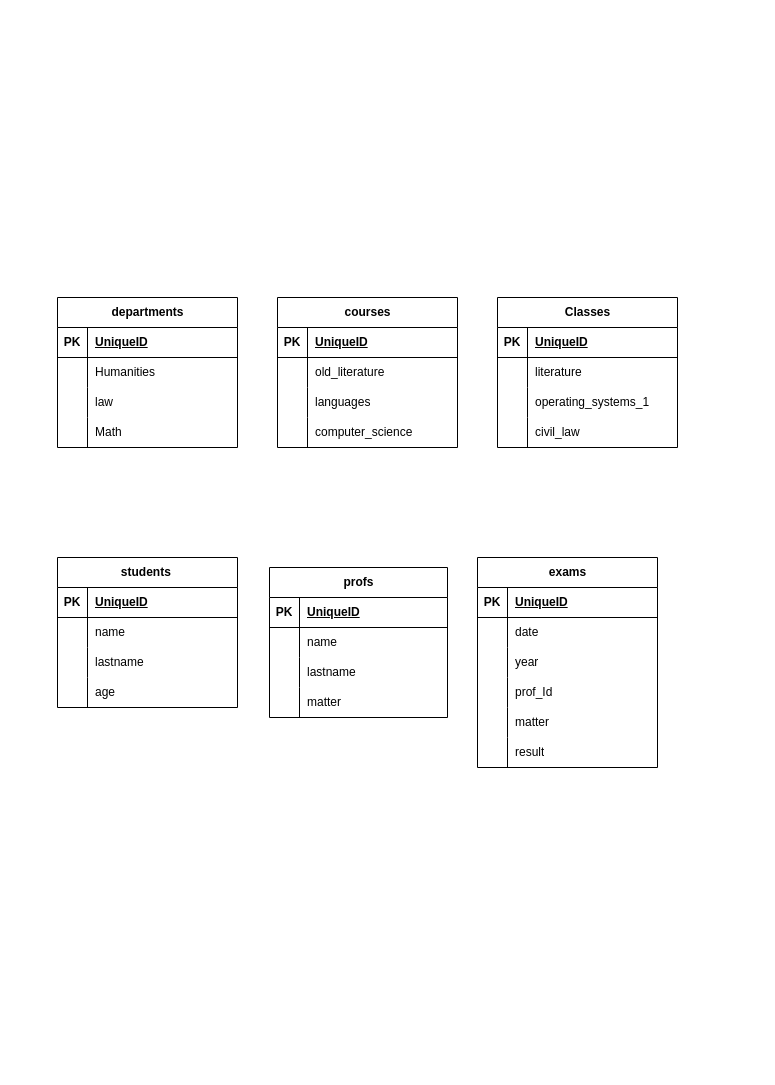
This is drawio/.drawio from marzia-blasi/db-university, a draw.io file, before an edit. Source tidied: cells renumbered, new cells numbered last; positions are measured from the earlier drawing's top-left corner, leaving out a move shared by most shapes. Both pictures are drawn from the tidied source at 100%, with x=0, y=0 at pixel (57, 297).
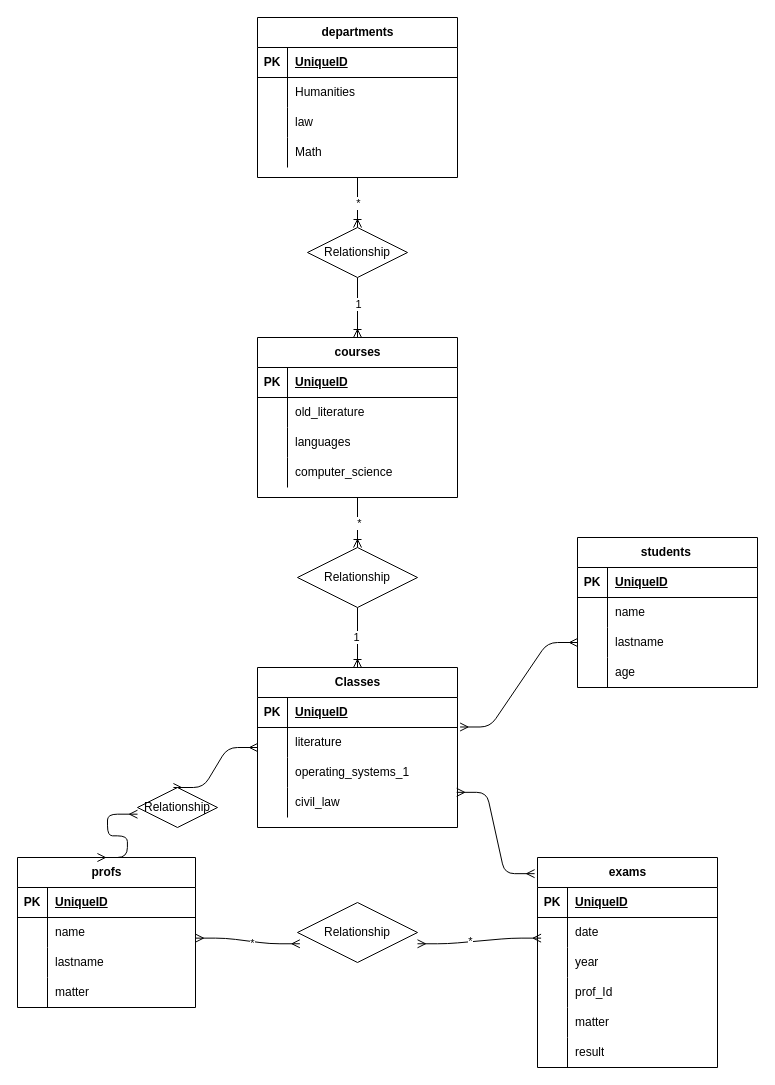
The same page after the edit.

Commit message:
Refactor diagram layout and enhance entity relationships in database schema

Unchanged cells that the change refers to:
```xml
<mxCell id="48" style="shape=tableRow;horizontal=0;startSize=0;swimlaneHead=0;swimlaneBody=0;fillColor=none;points=[[0,0.5],[1,0.5]];portConstraint=eastwest;top=0;left=0;right=0;bottom=0;" parent="41" vertex="1">
  <mxGeometry y="90" width="180" height="30" as="geometry" />
</mxCell>
<mxCell id="58" style="shape=tableRow;horizontal=0;startSize=0;swimlaneHead=0;swimlaneBody=0;fillColor=none;points=[[0,0.5],[1,0.5]];portConstraint=eastwest;top=0;left=0;right=0;bottom=0;" parent="54" vertex="1">
  <mxGeometry y="60" width="178" height="30" as="geometry" />
</mxCell>
<mxCell id="71" style="shape=tableRow;horizontal=0;startSize=0;swimlaneHead=0;swimlaneBody=0;fillColor=none;points=[[0,0.5],[1,0.5]];portConstraint=eastwest;top=0;left=0;right=0;bottom=0;" parent="67" vertex="1">
  <mxGeometry y="60" width="180" height="30" as="geometry" />
</mxCell>
```

What changed in the source:
```diff
@@
     <mxCell id="2" value="departments" style="shape=table;startSize=30;childLayout=tableLayout;rowLines=0;fontStyle=1;align=center;html=1;" parent="1" vertex="1">
-      <mxGeometry width="180" height="150" as="geometry" />
+      <mxGeometry x="200" y="-280" width="200" height="160" as="geometry" />
     </mxCell>
     <mxCell id="3" style="shape=tableRow;horizontal=0;startSize=0;swimlaneHead=0;swimlaneBody=0;fillColor=none;top=0;left=0;right=0;bottom=1;" parent="2" vertex="1">
-      <mxGeometry y="30" width="180" height="30" as="geometry" />
+      <mxGeometry y="30" width="200" height="30" as="geometry" />
     </mxCell>
@@
     <mxCell id="5" value="UniqueID" style="shape=partialRectangle;fillColor=none;top=0;left=0;bottom=0;right=0;align=left;spacingLeft=6;fontStyle=5;overflow=hidden;whiteSpace=wrap;html=1;" parent="3" vertex="1">
-      <mxGeometry x="30" width="150" height="30" as="geometry" />
+      <mxGeometry x="30" width="170" height="30" as="geometry" />
     </mxCell>
     <mxCell id="6" style="shape=tableRow;horizontal=0;startSize=0;swimlaneHead=0;swimlaneBody=0;fillColor=none;top=0;left=0;right=0;bottom=0;" parent="2" vertex="1">
-      <mxGeometry y="60" width="180" height="30" as="geometry" />
+      <mxGeometry y="60" width="200" height="30" as="geometry" />
     </mxCell>
@@
     <mxCell id="8" value="Humanities" style="shape=partialRectangle;fillColor=none;top=0;left=0;bottom=0;right=0;align=left;spacingLeft=6;overflow=hidden;whiteSpace=wrap;html=1;" parent="6" vertex="1">
-      <mxGeometry x="30" width="150" height="30" as="geometry" />
+      <mxGeometry x="30" width="170" height="30" as="geometry" />
     </mxCell>
     <mxCell id="9" style="shape=tableRow;horizontal=0;startSize=0;swimlaneHead=0;swimlaneBody=0;fillColor=none;top=0;left=0;right=0;bottom=0;" parent="2" vertex="1">
-      <mxGeometry y="90" width="180" height="30" as="geometry" />
+      <mxGeometry y="90" width="200" height="30" as="geometry" />
     </mxCell>
@@
     <mxCell id="11" value="law" style="shape=partialRectangle;fillColor=none;top=0;left=0;bottom=0;right=0;align=left;spacingLeft=6;overflow=hidden;whiteSpace=wrap;html=1;" parent="9" vertex="1">
-      <mxGeometry x="30" width="150" height="30" as="geometry" />
+      <mxGeometry x="30" width="170" height="30" as="geometry" />
     </mxCell>
     <mxCell id="12" style="shape=tableRow;horizontal=0;startSize=0;swimlaneHead=0;swimlaneBody=0;fillColor=none;top=0;left=0;right=0;bottom=0;" parent="2" vertex="1">
-      <mxGeometry y="120" width="180" height="30" as="geometry" />
+      <mxGeometry y="120" width="200" height="30" as="geometry" />
     </mxCell>
@@
     <mxCell id="14" value="Math" style="shape=partialRectangle;fillColor=none;top=0;left=0;bottom=0;right=0;align=left;spacingLeft=6;overflow=hidden;whiteSpace=wrap;html=1;" parent="12" vertex="1">
-      <mxGeometry x="30" width="150" height="30" as="geometry" />
+      <mxGeometry x="30" width="170" height="30" as="geometry" />
     </mxCell>
     <mxCell id="15" value="courses" style="shape=table;startSize=30;childLayout=tableLayout;rowLines=0;fontStyle=1;align=center;html=1;" parent="1" vertex="1">
-      <mxGeometry x="220" width="180" height="150" as="geometry" />
+      <mxGeometry x="200" y="40" width="200" height="160" as="geometry" />
     </mxCell>
     <mxCell id="16" style="shape=tableRow;horizontal=0;startSize=0;swimlaneHead=0;swimlaneBody=0;fillColor=none;top=0;left=0;right=0;bottom=1;" parent="15" vertex="1">
-      <mxGeometry y="30" width="180" height="30" as="geometry" />
+      <mxGeometry y="30" width="200" height="30" as="geometry" />
     </mxCell>
@@
     <mxCell id="18" value="UniqueID" style="shape=partialRectangle;fillColor=none;top=0;left=0;bottom=0;right=0;align=left;spacingLeft=6;fontStyle=5;overflow=hidden;whiteSpace=wrap;html=1;" parent="16" vertex="1">
-      <mxGeometry x="30" width="150" height="30" as="geometry" />
+      <mxGeometry x="30" width="170" height="30" as="geometry" />
     </mxCell>
     <mxCell id="19" style="shape=tableRow;horizontal=0;startSize=0;swimlaneHead=0;swimlaneBody=0;fillColor=none;top=0;left=0;right=0;bottom=0;" parent="15" vertex="1">
-      <mxGeometry y="60" width="180" height="30" as="geometry" />
+      <mxGeometry y="60" width="200" height="30" as="geometry" />
     </mxCell>
@@
     <mxCell id="21" value="old_literature" style="shape=partialRectangle;fillColor=none;top=0;left=0;bottom=0;right=0;align=left;spacingLeft=6;overflow=hidden;whiteSpace=wrap;html=1;" parent="19" vertex="1">
-      <mxGeometry x="30" width="150" height="30" as="geometry" />
+      <mxGeometry x="30" width="170" height="30" as="geometry" />
     </mxCell>
     <mxCell id="22" style="shape=tableRow;horizontal=0;startSize=0;swimlaneHead=0;swimlaneBody=0;fillColor=none;top=0;left=0;right=0;bottom=0;" parent="15" vertex="1">
-      <mxGeometry y="90" width="180" height="30" as="geometry" />
+      <mxGeometry y="90" width="200" height="30" as="geometry" />
     </mxCell>
@@
     <mxCell id="24" value="languages" style="shape=partialRectangle;fillColor=none;top=0;left=0;bottom=0;right=0;align=left;spacingLeft=6;overflow=hidden;whiteSpace=wrap;html=1;" parent="22" vertex="1">
-      <mxGeometry x="30" width="150" height="30" as="geometry" />
+      <mxGeometry x="30" width="170" height="30" as="geometry" />
     </mxCell>
     <mxCell id="25" style="shape=tableRow;horizontal=0;startSize=0;swimlaneHead=0;swimlaneBody=0;fillColor=none;top=0;left=0;right=0;bottom=0;" parent="15" vertex="1">
-      <mxGeometry y="120" width="180" height="30" as="geometry" />
+      <mxGeometry y="120" width="200" height="30" as="geometry" />
     </mxCell>
@@
     <mxCell id="27" value="computer_science" style="shape=partialRectangle;fillColor=none;top=0;left=0;bottom=0;right=0;align=left;spacingLeft=6;overflow=hidden;whiteSpace=wrap;html=1;" parent="25" vertex="1">
-      <mxGeometry x="30" width="150" height="30" as="geometry" />
+      <mxGeometry x="30" width="170" height="30" as="geometry" />
     </mxCell>
     <mxCell id="28" value="Classes" style="shape=table;startSize=30;childLayout=tableLayout;rowLines=0;fontStyle=1;align=center;html=1;" parent="1" vertex="1">
-      <mxGeometry x="440" width="180" height="150" as="geometry" />
+      <mxGeometry x="200" y="370" width="200" height="160" as="geometry" />
     </mxCell>
     <mxCell id="29" style="shape=tableRow;horizontal=0;startSize=0;swimlaneHead=0;swimlaneBody=0;fillColor=none;top=0;left=0;right=0;bottom=1;" parent="28" vertex="1">
-      <mxGeometry y="30" width="180" height="30" as="geometry" />
+      <mxGeometry y="30" width="200" height="30" as="geometry" />
     </mxCell>
@@
     <mxCell id="31" value="UniqueID" style="shape=partialRectangle;fillColor=none;top=0;left=0;bottom=0;right=0;align=left;spacingLeft=6;fontStyle=5;overflow=hidden;whiteSpace=wrap;html=1;" parent="29" vertex="1">
-      <mxGeometry x="30" width="150" height="30" as="geometry" />
+      <mxGeometry x="30" width="170" height="30" as="geometry" />
     </mxCell>
     <mxCell id="32" style="shape=tableRow;horizontal=0;startSize=0;swimlaneHead=0;swimlaneBody=0;fillColor=none;points=[[0,0.5],[1,0.5]];portConstraint=eastwest;top=0;left=0;right=0;bottom=0;" parent="28" vertex="1">
-      <mxGeometry y="60" width="180" height="30" as="geometry" />
+      <mxGeometry y="60" width="200" height="30" as="geometry" />
     </mxCell>
@@
     <mxCell id="34" value="literature" style="shape=partialRectangle;fillColor=none;top=0;left=0;bottom=0;right=0;align=left;spacingLeft=6;overflow=hidden;whiteSpace=wrap;html=1;" parent="32" vertex="1">
-      <mxGeometry x="30" width="150" height="30" as="geometry" />
+      <mxGeometry x="30" width="170" height="30" as="geometry" />
     </mxCell>
     <mxCell id="35" style="shape=tableRow;horizontal=0;startSize=0;swimlaneHead=0;swimlaneBody=0;fillColor=none;top=0;left=0;right=0;bottom=0;" parent="28" vertex="1">
-      <mxGeometry y="90" width="180" height="30" as="geometry" />
+      <mxGeometry y="90" width="200" height="30" as="geometry" />
     </mxCell>
@@
     <mxCell id="37" value="operating_systems_1" style="shape=partialRectangle;fillColor=none;top=0;left=0;bottom=0;right=0;align=left;spacingLeft=6;overflow=hidden;whiteSpace=wrap;html=1;" parent="35" vertex="1">
-      <mxGeometry x="30" width="150" height="30" as="geometry" />
+      <mxGeometry x="30" width="170" height="30" as="geometry" />
     </mxCell>
     <mxCell id="38" style="shape=tableRow;horizontal=0;startSize=0;swimlaneHead=0;swimlaneBody=0;fillColor=none;points=[[0,0.5],[1,0.5]];portConstraint=eastwest;top=0;left=0;right=0;bottom=0;" parent="28" vertex="1">
-      <mxGeometry y="120" width="180" height="30" as="geometry" />
+      <mxGeometry y="120" width="200" height="30" as="geometry" />
     </mxCell>
@@
     <mxCell id="40" value="civil_law" style="shape=partialRectangle;fillColor=none;top=0;left=0;bottom=0;right=0;align=left;spacingLeft=6;overflow=hidden;whiteSpace=wrap;html=1;" parent="38" vertex="1">
-      <mxGeometry x="30" width="150" height="30" as="geometry" />
+      <mxGeometry x="30" width="170" height="30" as="geometry" />
     </mxCell>
     <mxCell id="41" value="students&amp;nbsp;" style="shape=table;startSize=30;childLayout=tableLayout;rowLines=0;fontStyle=1;align=center;html=1;" parent="1" vertex="1">
-      <mxGeometry y="260" width="180" height="150" as="geometry" />
+      <mxGeometry x="520" y="240" width="180" height="150" as="geometry" />
     </mxCell>
@@
     <mxCell id="54" value="profs" style="shape=table;startSize=30;childLayout=tableLayout;rowLines=0;fontStyle=1;align=center;html=1;" parent="1" vertex="1">
-      <mxGeometry x="212" y="270" width="178" height="150" as="geometry" />
+      <mxGeometry x="-40" y="560" width="178" height="150" as="geometry" />
     </mxCell>
@@
     <mxCell id="67" value="exams" style="shape=table;startSize=30;childLayout=tableLayout;rowLines=0;fontStyle=1;align=center;html=1;" parent="1" vertex="1">
-      <mxGeometry x="420" y="260" width="180" height="210" as="geometry" />
+      <mxGeometry x="480" y="560" width="180" height="210" as="geometry" />
     </mxCell>
@@
+    <mxCell id="86" style="fontSize=12;html=1;endArrow=ERoneToMany;entryX=0.5;entryY=0;entryDx=0;entryDy=0;" parent="1" edge="1" source="90" target="15">
+      <mxGeometry relative="1" as="geometry" />
+    </mxCell>
+    <mxCell id="87" value="1" style="edgeLabel;html=1;align=center;verticalAlign=middle;" parent="86" vertex="1">
+      <mxGeometry x="-0.15" relative="1" as="geometry" />
+    </mxCell>
+    <mxCell id="88" style="fontSize=12;html=1;endArrow=ERoneToMany;entryX=0.5;entryY=0;entryDx=0;entryDy=0;exitX=0.5;exitY=1;exitDx=0;exitDy=0;" parent="1" edge="1" source="2" target="90">
+      <mxGeometry relative="1" as="geometry" />
+    </mxCell>
+    <mxCell id="89" value="*" style="edgeLabel;html=1;align=center;verticalAlign=middle;" parent="88" vertex="1">
+      <mxGeometry x="-0.02" relative="1" as="geometry" />
+    </mxCell>
+    <mxCell id="90" value="Relationship" style="shape=rhombus;perimeter=rhombusPerimeter;whiteSpace=wrap;html=1;align=center;" parent="1" vertex="1">
+      <mxGeometry x="250" y="-70" width="100" height="50" as="geometry" />
+    </mxCell>
+    <mxCell id="91" style="fontSize=12;html=1;endArrow=ERoneToMany;exitX=0.5;exitY=1;exitDx=0;exitDy=0;entryX=0.5;entryY=0;entryDx=0;entryDy=0;" parent="1" edge="1" source="95" target="28">
+      <mxGeometry relative="1" as="geometry" />
+    </mxCell>
+    <mxCell id="92" value="1" style="edgeLabel;html=1;align=center;verticalAlign=middle;" parent="91" vertex="1">
+      <mxGeometry x="-0.04" y="-2" relative="1" as="geometry" />
+    </mxCell>
+    <mxCell id="93" style="fontSize=12;html=1;endArrow=ERoneToMany;exitX=0.5;exitY=1;exitDx=0;exitDy=0;entryX=0.5;entryY=0;entryDx=0;entryDy=0;" parent="1" edge="1" source="15" target="95">
+      <mxGeometry relative="1" as="geometry" />
+    </mxCell>
+    <mxCell id="94" value="*" style="edgeLabel;html=1;align=center;verticalAlign=middle;" parent="93" vertex="1">
+      <mxGeometry y="1" relative="1" as="geometry" />
+    </mxCell>
+    <mxCell id="95" value="Relationship" style="shape=rhombus;perimeter=rhombusPerimeter;whiteSpace=wrap;html=1;align=center;" parent="1" vertex="1">
+      <mxGeometry x="240" y="250" width="120" height="60" as="geometry" />
+    </mxCell>
+    <mxCell id="96" style="edgeStyle=entityRelationEdgeStyle;fontSize=12;html=1;endArrow=ERmany;startArrow=ERmany;exitX=0.449;exitY=0;exitDx=0;exitDy=0;exitPerimeter=0;entryX=0;entryY=0.667;entryDx=0;entryDy=0;entryPerimeter=0;" parent="1" edge="1" source="103" target="32">
+      <mxGeometry relative="1" as="geometry" />
+    </mxCell>
+    <mxCell id="97" style="edgeStyle=entityRelationEdgeStyle;fontSize=12;html=1;endArrow=ERmany;startArrow=ERmany;entryX=0.02;entryY=0.688;entryDx=0;entryDy=0;entryPerimeter=0;exitX=1;exitY=0.688;exitDx=0;exitDy=0;exitPerimeter=0;" parent="1" edge="1" source="101" target="71">
+      <mxGeometry relative="1" as="geometry" />
+    </mxCell>
+    <mxCell id="98" value="*" style="edgeLabel;html=1;align=center;verticalAlign=middle;" parent="97" vertex="1">
+      <mxGeometry x="-0.15" y="1" relative="1" as="geometry" />
+    </mxCell>
+    <mxCell id="99" style="edgeStyle=entityRelationEdgeStyle;fontSize=12;html=1;endArrow=ERmany;startArrow=ERmany;entryX=0.02;entryY=0.688;entryDx=0;entryDy=0;entryPerimeter=0;exitX=1;exitY=0.688;exitDx=0;exitDy=0;exitPerimeter=0;" parent="1" edge="1" source="58" target="101">
+      <mxGeometry relative="1" as="geometry" />
+    </mxCell>
+    <mxCell id="100" value="*" style="edgeLabel;html=1;align=center;verticalAlign=middle;" parent="99" vertex="1">
+      <mxGeometry x="0.09" y="-1" relative="1" as="geometry" />
+    </mxCell>
+    <mxCell id="101" value="Relationship" style="shape=rhombus;perimeter=rhombusPerimeter;whiteSpace=wrap;html=1;align=center;" parent="1" vertex="1">
+      <mxGeometry x="240" y="605" width="120" height="60" as="geometry" />
+    </mxCell>
+    <mxCell id="102" style="edgeStyle=entityRelationEdgeStyle;fontSize=12;html=1;endArrow=ERmany;startArrow=ERmany;exitX=0.449;exitY=0;exitDx=0;exitDy=0;exitPerimeter=0;entryX=0;entryY=0.667;entryDx=0;entryDy=0;entryPerimeter=0;" parent="1" edge="1" source="54" target="103">
+      <mxGeometry relative="1" as="geometry" />
+    </mxCell>
+    <mxCell id="103" value="Relationship" style="shape=rhombus;perimeter=rhombusPerimeter;whiteSpace=wrap;html=1;align=center;" parent="1" vertex="1">
+      <mxGeometry x="80" y="490" width="80" height="40" as="geometry" />
+    </mxCell>
+    <mxCell id="104" style="edgeStyle=entityRelationEdgeStyle;fontSize=12;html=1;endArrow=ERmany;startArrow=ERmany;exitX=1.013;exitY=-0.017;exitDx=0;exitDy=0;exitPerimeter=0;entryX=0;entryY=0.5;entryDx=0;entryDy=0;" parent="1" edge="1" source="32" target="48">
+      <mxGeometry relative="1" as="geometry" />
+    </mxCell>
+    <mxCell id="105" style="edgeStyle=entityRelationEdgeStyle;fontSize=12;html=1;endArrow=ERmany;startArrow=ERmany;entryX=-0.016;entryY=0.077;entryDx=0;entryDy=0;entryPerimeter=0;exitX=0.996;exitY=0.161;exitDx=0;exitDy=0;exitPerimeter=0;" parent="1" edge="1" source="38" target="67">
+      <mxGeometry relative="1" as="geometry" />
+    </mxCell>
```
